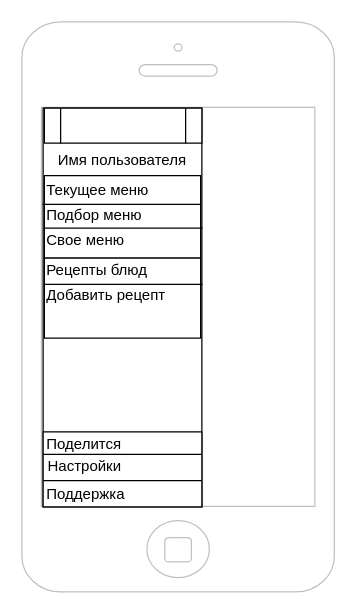
Above: page "Page-1" (2 of 8) of Untitled Diagram.drawio in Sans321/jojo (draw.io), before the change. Source tidied: cells renumbered, new cells numbered last; positions are measured from the earlier drawing's top-left corner, leaving out a move shared by most shapes. Both pictures are drawn from the tidied source at 125%, with x=0, y=0 at pixel (21, 21).
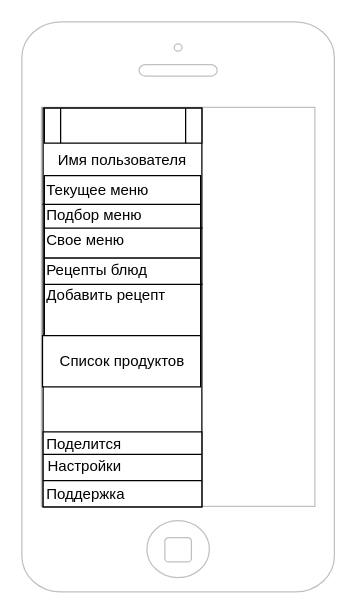
Above is the later version.

The edit, as a diff of the source:
```diff
@@
+    <mxCell id="22" value="Список продуктов" style="rounded=0;whiteSpace=wrap;html=1;" parent="1" vertex="1">
+      <mxGeometry x="16.5" y="251" width="126.5" height="41" as="geometry" />
+    </mxCell>
```
